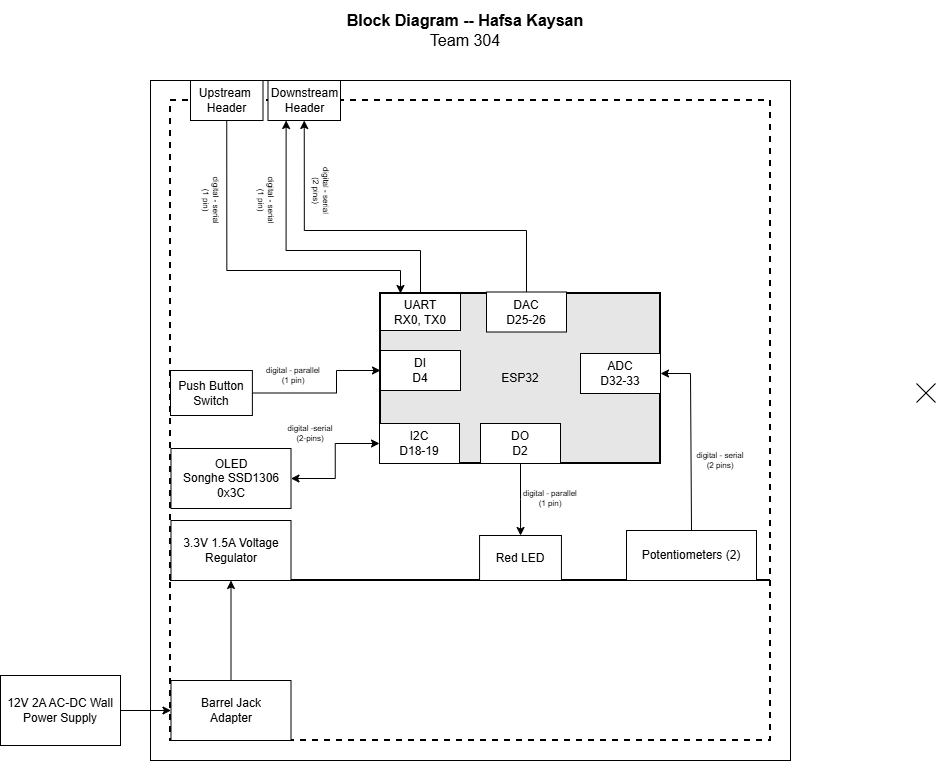
Before: docs/02-Block-Diagram/EGR314_BlockDiagram.drawio.png, a diagram exported from draw.io (HFSKSN/hfsksn.github.io). Source tidied: cells renumbered, new cells last; positions are measured from the earlier drawing's top-left corner, leaving out a move shared by most shapes. Source of this version:
```xml
<mxGraphModel>
  <root>
    <mxCell id="0" />
    <mxCell id="1" parent="0" />
    <mxCell id="2" style="rounded=0;whiteSpace=wrap;html=1;fontSize=16;fillColor=none;" parent="1" vertex="1">
      <mxGeometry x="150" y="80" width="640" height="680" as="geometry" />
    </mxCell>
    <mxCell id="3" style="rounded=0;whiteSpace=wrap;html=1;fillColor=none;dashed=1;strokeWidth=2;" parent="1" vertex="1">
      <mxGeometry x="170" y="100" width="600" height="480" as="geometry" />
    </mxCell>
    <mxCell id="4" style="rounded=0;whiteSpace=wrap;html=1;fillColor=none;dashed=1;strokeWidth=2;" parent="1" vertex="1">
      <mxGeometry x="170" y="580" width="600" height="160" as="geometry" />
    </mxCell>
    <mxCell id="5" value="&lt;div&gt;Potentiometers (2)&lt;/div&gt;" style="rounded=0;whiteSpace=wrap;html=1;" parent="1" vertex="1">
      <mxGeometry x="626" y="530" width="130" height="50" as="geometry" />
    </mxCell>
    <mxCell id="6" value="&lt;div&gt;digital -serial&lt;/div&gt;(2-pins)" style="text;html=1;strokeColor=none;fillColor=none;align=center;verticalAlign=middle;whiteSpace=wrap;rounded=0;fontSize=8;rotation=0;" parent="1" vertex="1">
      <mxGeometry x="280" y="423" width="60" height="20" as="geometry" />
    </mxCell>
    <mxCell id="7" value="3.3V 1.5A Voltage Regulator" style="rounded=0;whiteSpace=wrap;html=1;" parent="1" vertex="1">
      <mxGeometry x="170.5" y="520" width="120" height="60" as="geometry" />
    </mxCell>
    <mxCell id="8" value="&lt;div style=&quot;font-size: 16px&quot;&gt;&lt;b style=&quot;font-size: 16px&quot;&gt;Block Diagram -- Hafsa Kaysan&lt;br&gt;&lt;/b&gt;&lt;/div&gt;&lt;div style=&quot;font-size: 16px&quot;&gt;Team 304&lt;br style=&quot;font-size: 16px&quot;&gt;&lt;/div&gt;" style="text;html=1;strokeColor=none;fillColor=none;align=center;verticalAlign=middle;whiteSpace=wrap;rounded=0;fontSize=16;" parent="1" vertex="1">
      <mxGeometry x="135" width="660" height="60" as="geometry" />
    </mxCell>
    <mxCell id="9" value="&lt;div style=&quot;font-size: 8px&quot;&gt;digital - serial&lt;br&gt;&lt;/div&gt;&lt;div style=&quot;font-size: 8px&quot;&gt;(2 pins)&lt;/div&gt;" style="text;html=1;strokeColor=none;fillColor=none;align=center;verticalAlign=middle;whiteSpace=wrap;rounded=0;fontSize=8;rotation=0;" parent="1" vertex="1">
      <mxGeometry x="690" y="450" width="60" height="20" as="geometry" />
    </mxCell>
    <mxCell id="10" style="edgeStyle=orthogonalEdgeStyle;rounded=0;jettySize=auto;html=1;" parent="1" edge="1" source="11" target="16">
      <mxGeometry relative="1" as="geometry" />
    </mxCell>
    <mxCell id="11" value="&lt;div&gt;ESP32&lt;/div&gt;" style="rounded=0;whiteSpace=wrap;html=1;strokeWidth=2;fillColor=#E6E6E6;" parent="1" vertex="1">
      <mxGeometry x="380" y="293" width="280" height="170" as="geometry" />
    </mxCell>
    <mxCell id="12" value="&lt;div&gt;DI&lt;/div&gt;&lt;div&gt;D4&lt;/div&gt;" style="rounded=0;whiteSpace=wrap;html=1;" parent="1" vertex="1">
      <mxGeometry x="380" y="350" width="80" height="40" as="geometry" />
    </mxCell>
    <mxCell id="13" value="&lt;div&gt;I2C&lt;/div&gt;&lt;div&gt;&lt;span style=&quot;background-color: rgb(255, 255, 102);&quot;&gt;&lt;span style=&quot;background-color: light-dark(#ffffff, var(--ge-dark-color, #121212));&quot;&gt;D18-19&lt;br&gt;&lt;/span&gt;&lt;/span&gt;&lt;/div&gt;" style="rounded=0;whiteSpace=wrap;html=1;" parent="1" vertex="1">
      <mxGeometry x="379" y="423" width="80" height="40" as="geometry" />
    </mxCell>
    <mxCell id="14" value="&lt;div&gt;DO&lt;/div&gt;&lt;div&gt;D2&lt;/div&gt;" style="rounded=0;whiteSpace=wrap;html=1;" parent="1" vertex="1">
      <mxGeometry x="480" y="423" width="80" height="40" as="geometry" />
    </mxCell>
    <mxCell id="15" value="ADC&lt;div&gt;D32-33&lt;/div&gt;" style="rounded=0;whiteSpace=wrap;html=1;" parent="1" vertex="1">
      <mxGeometry x="580" y="353" width="80" height="40" as="geometry" />
    </mxCell>
    <mxCell id="16" value="&lt;div&gt;Red LED&lt;/div&gt;" style="rounded=0;whiteSpace=wrap;html=1;" parent="1" vertex="1">
      <mxGeometry x="479.1" y="535" width="81.9" height="45" as="geometry" />
    </mxCell>
    <mxCell id="17" value="&lt;div&gt;12V 2A AC-DC Wall Power Supply&lt;/div&gt;" style="rounded=0;whiteSpace=wrap;html=1;" parent="1" vertex="1">
      <mxGeometry y="675" width="120" height="70" as="geometry" />
    </mxCell>
    <mxCell id="18" style="edgeStyle=orthogonalEdgeStyle;rounded=0;jettySize=auto;html=1;entryX=0.5;entryY=1;entryDx=0;entryDy=0;exitX=0.5;exitY=0;exitDx=0;exitDy=0;" parent="1" edge="1" source="19" target="7">
      <mxGeometry relative="1" as="geometry" />
    </mxCell>
    <mxCell id="19" value="&lt;div&gt;Barrel Jack&lt;/div&gt;&lt;div&gt;Adapter&lt;br&gt;&lt;/div&gt;" style="rounded=0;whiteSpace=wrap;html=1;" parent="1" vertex="1">
      <mxGeometry x="170.5" y="680" width="120" height="60" as="geometry" />
    </mxCell>
    <mxCell id="20" style="edgeStyle=orthogonalEdgeStyle;rounded=0;jettySize=auto;html=1;" parent="1" edge="1" source="17" target="19">
      <mxGeometry relative="1" as="geometry" />
    </mxCell>
    <mxCell id="21" style="edgeStyle=orthogonalEdgeStyle;rounded=0;jettySize=auto;html=1;exitX=1;exitY=0.5;exitDx=0;exitDy=0;entryX=0;entryY=0.5;entryDx=0;entryDy=0;startArrow=classic;startFill=1;" parent="1" edge="1" source="22" target="13">
      <mxGeometry relative="1" as="geometry" />
    </mxCell>
    <mxCell id="22" value="&lt;div&gt;OLED&lt;/div&gt;&lt;div&gt;&lt;span style=&quot;background-color: transparent;&quot;&gt;Songhe SSD1306&lt;/span&gt;&lt;/div&gt;&lt;div&gt;&lt;span style=&quot;background-color: transparent;&quot;&gt;0x3C&lt;/span&gt;&lt;/div&gt;" style="rounded=0;whiteSpace=wrap;html=1;" parent="1" vertex="1">
      <mxGeometry x="170.5" y="448" width="120" height="60" as="geometry" />
    </mxCell>
    <mxCell id="23" style="edgeStyle=orthogonalEdgeStyle;rounded=0;jettySize=auto;html=1;entryX=0.25;entryY=1;entryDx=0;entryDy=0;" parent="1" edge="1" source="24" target="27">
      <mxGeometry relative="1" as="geometry">
        <Array as="points">
          <mxPoint x="420" y="250" />
          <mxPoint x="286" y="250" />
        </Array>
      </mxGeometry>
    </mxCell>
    <mxCell id="24" value="&lt;div&gt;UART&lt;/div&gt;&lt;div&gt;RX0, TX0&lt;/div&gt;" style="rounded=0;whiteSpace=wrap;html=1;" parent="1" vertex="1">
      <mxGeometry x="380" y="293" width="80" height="37" as="geometry" />
    </mxCell>
    <mxCell id="25" style="edgeStyle=orthogonalEdgeStyle;rounded=0;jettySize=auto;html=1;exitX=0.5;exitY=1;exitDx=0;exitDy=0;entryX=0.25;entryY=0;entryDx=0;entryDy=0;" parent="1" edge="1" source="26" target="24">
      <mxGeometry relative="1" as="geometry">
        <Array as="points">
          <mxPoint x="226" y="270" />
          <mxPoint x="400" y="270" />
        </Array>
      </mxGeometry>
    </mxCell>
    <mxCell id="26" value="&lt;div&gt;Upstream&amp;nbsp;&lt;/div&gt;&lt;div&gt;Header&lt;/div&gt;" style="rounded=0;whiteSpace=wrap;html=1;" parent="1" vertex="1">
      <mxGeometry x="190" y="80" width="72.5" height="40" as="geometry" />
    </mxCell>
    <mxCell id="27" value="Downstream &lt;br&gt;&lt;div&gt;Header&lt;/div&gt;" style="rounded=0;whiteSpace=wrap;html=1;" parent="1" vertex="1">
      <mxGeometry x="267.5" y="80" width="72.5" height="40" as="geometry" />
    </mxCell>
    <mxCell id="28" value="&lt;div style=&quot;font-size: 8px&quot;&gt;digital - serial&lt;/div&gt;&lt;div style=&quot;font-size: 8px&quot;&gt;(1 pin)&lt;br&gt;&lt;/div&gt;" style="text;html=1;strokeColor=none;fillColor=none;align=center;verticalAlign=middle;whiteSpace=wrap;rounded=0;fontSize=8;rotation=90;" parent="1" vertex="1">
      <mxGeometry x="180.9" y="190" width="60" height="20" as="geometry" />
    </mxCell>
    <mxCell id="29" value="&lt;div style=&quot;font-size: 8px&quot;&gt;digital - serial&lt;/div&gt;&lt;div style=&quot;font-size: 8px&quot;&gt;(1 pin)&lt;br&gt;&lt;/div&gt;" style="text;html=1;strokeColor=none;fillColor=none;align=center;verticalAlign=middle;whiteSpace=wrap;rounded=0;fontSize=8;rotation=90;" parent="1" vertex="1">
      <mxGeometry x="236" y="190" width="60" height="20" as="geometry" />
    </mxCell>
    <mxCell id="30" value="&lt;div style=&quot;font-size: 8px&quot;&gt;digital - serial&lt;/div&gt;&lt;div style=&quot;font-size: 8px&quot;&gt;(2 pins)&lt;br&gt;&lt;/div&gt;" style="text;html=1;strokeColor=none;fillColor=none;align=center;verticalAlign=middle;whiteSpace=wrap;rounded=0;fontSize=8;rotation=90;" parent="1" vertex="1">
      <mxGeometry x="290.5" y="180" width="60" height="20" as="geometry" />
    </mxCell>
    <mxCell id="31" style="endArrow=classic;html=1;rounded=0;entryX=1;entryY=0.5;entryDx=0;entryDy=0;exitX=0.5;exitY=0;exitDx=0;exitDy=0;" parent="1" edge="1" source="5" target="15">
      <mxGeometry relative="1" as="geometry">
        <Array as="points">
          <mxPoint x="690" y="373" />
        </Array>
      </mxGeometry>
    </mxCell>
    <mxCell id="32" style="edgeStyle=orthogonalEdgeStyle;rounded=0;jettySize=auto;html=1;exitX=1;exitY=0.5;exitDx=0;exitDy=0;entryX=0;entryY=0.5;entryDx=0;entryDy=0;" parent="1" edge="1" source="33" target="12">
      <mxGeometry relative="1" as="geometry">
        <Array as="points">
          <mxPoint x="336" y="393" />
          <mxPoint x="336" y="370" />
        </Array>
      </mxGeometry>
    </mxCell>
    <mxCell id="33" value="&lt;div&gt;Push Button Switch&lt;/div&gt;" style="rounded=0;whiteSpace=wrap;html=1;" parent="1" vertex="1">
      <mxGeometry x="170" y="370" width="81.9" height="45" as="geometry" />
    </mxCell>
    <mxCell id="34" style="shape=mxgraph.sysml.x;" parent="1" vertex="1">
      <mxGeometry x="916" y="383" width="19" height="19" as="geometry" />
    </mxCell>
    <mxCell id="35" value="&lt;div style=&quot;font-size: 8px&quot;&gt;digital - parallel&lt;/div&gt;&lt;div style=&quot;font-size: 8px&quot;&gt;(1 pin)&lt;br&gt;&lt;/div&gt;" style="text;html=1;strokeColor=none;fillColor=none;align=center;verticalAlign=middle;whiteSpace=wrap;rounded=0;fontSize=8;rotation=0;" parent="1" vertex="1">
      <mxGeometry x="262.5" y="365" width="60" height="20" as="geometry" />
    </mxCell>
    <mxCell id="36" value="&lt;div style=&quot;font-size: 8px&quot;&gt;digital - parallel&lt;/div&gt;&lt;div style=&quot;font-size: 8px&quot;&gt;(1 pin)&lt;br&gt;&lt;/div&gt;" style="text;html=1;strokeColor=none;fillColor=none;align=center;verticalAlign=middle;whiteSpace=wrap;rounded=0;fontSize=8;rotation=0;" parent="1" vertex="1">
      <mxGeometry x="520" y="488" width="60" height="20" as="geometry" />
    </mxCell>
    <mxCell id="37" style="edgeStyle=orthogonalEdgeStyle;rounded=0;jettySize=auto;html=1;exitX=0.5;exitY=0;exitDx=0;exitDy=0;entryX=0.5;entryY=1;entryDx=0;entryDy=0;" parent="1" edge="1" source="38" target="27">
      <mxGeometry relative="1" as="geometry">
        <Array as="points">
          <mxPoint x="526" y="230" />
          <mxPoint x="304" y="230" />
        </Array>
      </mxGeometry>
    </mxCell>
    <mxCell id="38" value="DAC&lt;div&gt;D25-26&lt;/div&gt;" style="rounded=0;whiteSpace=wrap;html=1;" parent="1" vertex="1">
      <mxGeometry x="486" y="291.5" width="80" height="40" as="geometry" />
    </mxCell>
  </root>
</mxGraphModel>
```
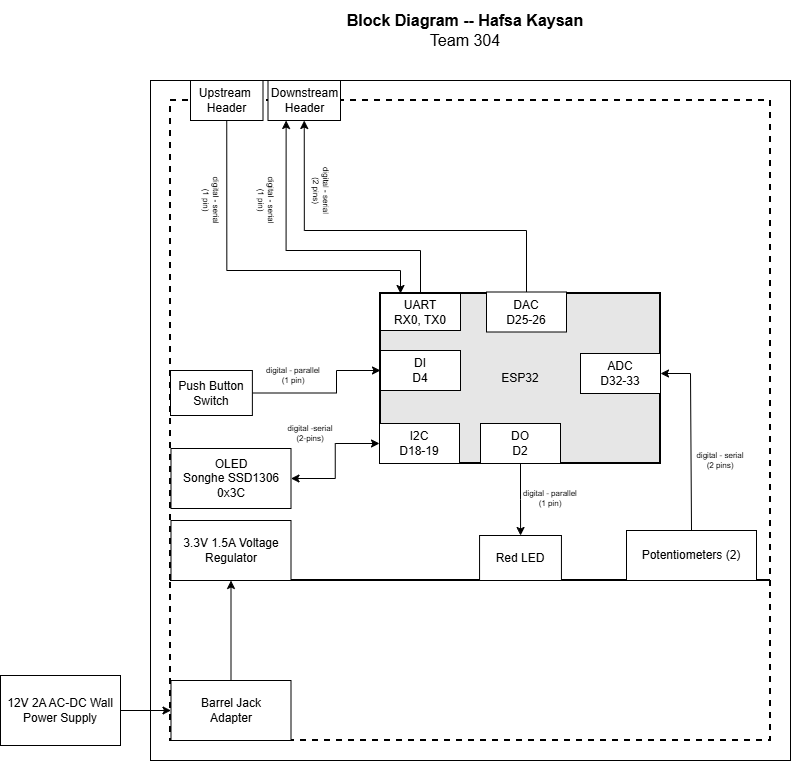
After the change.

What changed in the source:
```diff
@@ -117,9 +117,6 @@
     <mxCell id="33" value="&lt;div&gt;Push Button Switch&lt;/div&gt;" style="rounded=0;whiteSpace=wrap;html=1;" parent="1" vertex="1">
       <mxGeometry x="170" y="370" width="81.9" height="45" as="geometry" />
     </mxCell>
-    <mxCell id="34" style="shape=mxgraph.sysml.x;" parent="1" vertex="1">
-      <mxGeometry x="916" y="383" width="19" height="19" as="geometry" />
-    </mxCell>
     <mxCell id="35" value="&lt;div style=&quot;font-size: 8px&quot;&gt;digital - parallel&lt;/div&gt;&lt;div style=&quot;font-size: 8px&quot;&gt;(1 pin)&lt;br&gt;&lt;/div&gt;" style="text;html=1;strokeColor=none;fillColor=none;align=center;verticalAlign=middle;whiteSpace=wrap;rounded=0;fontSize=8;rotation=0;" parent="1" vertex="1">
       <mxGeometry x="262.5" y="365" width="60" height="20" as="geometry" />
     </mxCell>
```
